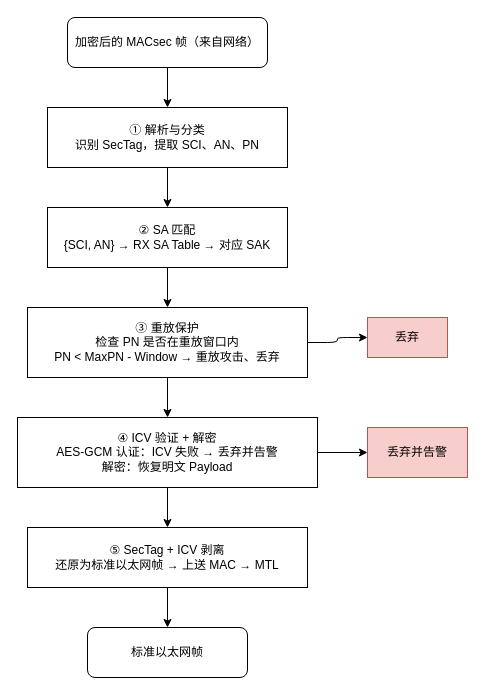
long4/omni keeps this draw.io diagram as page "第 5 页" (5 of 5) of macsec.drawio. Above is the earlier version. Source tidied: cells renumbered, new cells numbered last; positions are measured from the earlier drawing's top-left corner, leaving out a move shared by most shapes. Both pictures are drawn from the tidied source at 100%, with x=0, y=0 at pixel (17, 17).
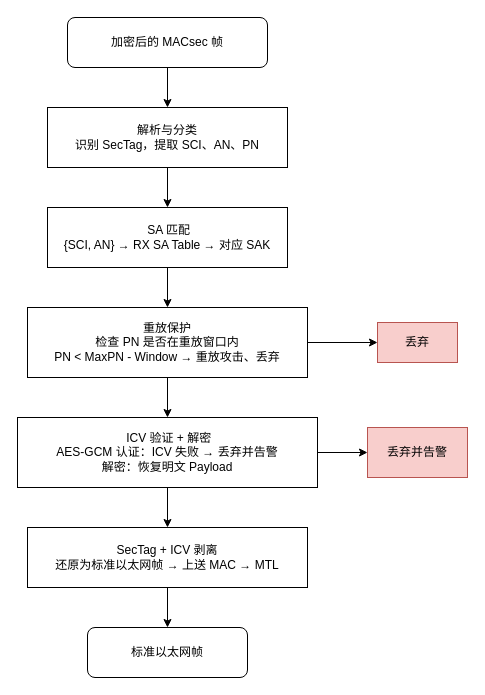
The same page after the edit.

Change to the diagram source:
```diff
@@
 <mxGraphModel>
   <root>
     <mxCell id="0" />
     <mxCell id="1" parent="0" />
-    <mxCell id="2" value="加密后的 MACsec 帧（来自网络）" style="rounded=1;whiteSpace=wrap;html=1;" parent="1" vertex="1">
+    <mxCell id="2" value="加密后的 MACsec 帧" style="rounded=1;whiteSpace=wrap;html=1;" parent="1" vertex="1">
       <mxGeometry x="50" width="200" height="50" as="geometry" />
     </mxCell>
     <mxCell id="3" style="endArrow=classic;html=1;" parent="1" edge="1" source="2" target="4">
       <mxGeometry relative="1" as="geometry" />
     </mxCell>
-    <mxCell id="4" value="① 解析与分类&#10;识别 SecTag，提取 SCI、AN、PN" style="rounded=0;whiteSpace=wrap;html=1;" parent="1" vertex="1">
+    <mxCell id="4" value="解析与分类&lt;br&gt;识别 SecTag，提取 SCI、AN、PN" style="rounded=0;whiteSpace=wrap;html=1;" parent="1" vertex="1">
       <mxGeometry x="30" y="90" width="240" height="60" as="geometry" />
     </mxCell>
     <mxCell id="5" style="endArrow=classic;html=1;" parent="1" edge="1" source="4" target="6">
       <mxGeometry relative="1" as="geometry" />
     </mxCell>
-    <mxCell id="6" value="② SA 匹配&#10;{SCI, AN} → RX SA Table → 对应 SAK" style="rounded=0;whiteSpace=wrap;html=1;" parent="1" vertex="1">
+    <mxCell id="6" value="&amp;nbsp;SA 匹配&lt;br&gt;{SCI, AN} → RX SA Table → 对应 SAK" style="rounded=0;whiteSpace=wrap;html=1;" parent="1" vertex="1">
       <mxGeometry x="30" y="190" width="240" height="60" as="geometry" />
     </mxCell>
     <mxCell id="7" style="endArrow=classic;html=1;" parent="1" edge="1" source="6" target="8">
       <mxGeometry relative="1" as="geometry" />
     </mxCell>
-    <mxCell id="8" value="③ 重放保护&#10;检查 PN 是否在重放窗口内&#10;PN &lt; MaxPN - Window → 重放攻击、丢弃" style="rounded=0;whiteSpace=wrap;html=1;" parent="1" vertex="1">
+    <mxCell id="8" value="重放保护&lt;br&gt;检查 PN 是否在重放窗口内&lt;br&gt;PN &amp;lt; MaxPN - Window → 重放攻击、丢弃" style="rounded=0;whiteSpace=wrap;html=1;" parent="1" vertex="1">
       <mxGeometry x="10" y="290" width="280" height="70" as="geometry" />
     </mxCell>
     <mxCell id="9" style="endArrow=classic;html=1;" parent="1" edge="1" source="8" target="10">
       <mxGeometry relative="1" as="geometry" />
     </mxCell>
-    <mxCell id="10" value="④ ICV 验证 + 解密&#10;AES-GCM 认证：ICV 失败 → 丢弃并告警&#10;解密：恢复明文 Payload" style="rounded=0;whiteSpace=wrap;html=1;" parent="1" vertex="1">
+    <mxCell id="10" value="&amp;nbsp;ICV 验证 + 解密&lt;br&gt;AES-GCM 认证：ICV 失败 → 丢弃并告警&lt;br&gt;解密：恢复明文 Payload" style="rounded=0;whiteSpace=wrap;html=1;" parent="1" vertex="1">
       <mxGeometry y="400" width="300" height="70" as="geometry" />
     </mxCell>
     <mxCell id="11" style="endArrow=classic;html=1;" parent="1" edge="1" source="10" target="12">
       <mxGeometry relative="1" as="geometry" />
     </mxCell>
-    <mxCell id="12" value="⑤ SecTag + ICV 剥离&#10;还原为标准以太网帧 → 上送 MAC → MTL" style="rounded=0;whiteSpace=wrap;html=1;" parent="1" vertex="1">
+    <mxCell id="12" value="SecTag + ICV 剥离&lt;br&gt;还原为标准以太网帧 → 上送 MAC → MTL" style="rounded=0;whiteSpace=wrap;html=1;" parent="1" vertex="1">
       <mxGeometry x="10" y="510" width="280" height="60" as="geometry" />
     </mxCell>
     <mxCell id="13" style="endArrow=classic;html=1;" parent="1" edge="1" source="12" target="14">
       <mxGeometry relative="1" as="geometry" />
     </mxCell>
     <mxCell id="14" value="标准以太网帧" style="rounded=1;whiteSpace=wrap;html=1;" parent="1" vertex="1">
       <mxGeometry x="70" y="610" width="160" height="50" as="geometry" />
     </mxCell>
     <mxCell id="15" value="丢弃并告警" style="rounded=0;whiteSpace=wrap;html=1;fillColor=#f8cecc;strokeColor=#b85450;" parent="1" vertex="1">
       <mxGeometry x="350" y="410" width="100" height="50" as="geometry" />
     </mxCell>
     <mxCell id="16" style="endArrow=classic;html=1;edgeStyle=orthogonalEdgeStyle;" parent="1" edge="1" source="10" target="15">
       <mxGeometry relative="1" as="geometry" />
     </mxCell>
     <mxCell id="17" value="丢弃" style="rounded=0;whiteSpace=wrap;html=1;fillColor=#f8cecc;strokeColor=#b85450;" parent="1" vertex="1">
-      <mxGeometry x="350" y="300" width="80" height="40" as="geometry" />
+      <mxGeometry x="360" y="305" width="80" height="40" as="geometry" />
     </mxCell>
     <mxCell id="18" style="endArrow=classic;html=1;edgeStyle=orthogonalEdgeStyle;" parent="1" edge="1" source="8" target="17">
       <mxGeometry relative="1" as="geometry" />
     </mxCell>
   </root>
 </mxGraphModel>
```
